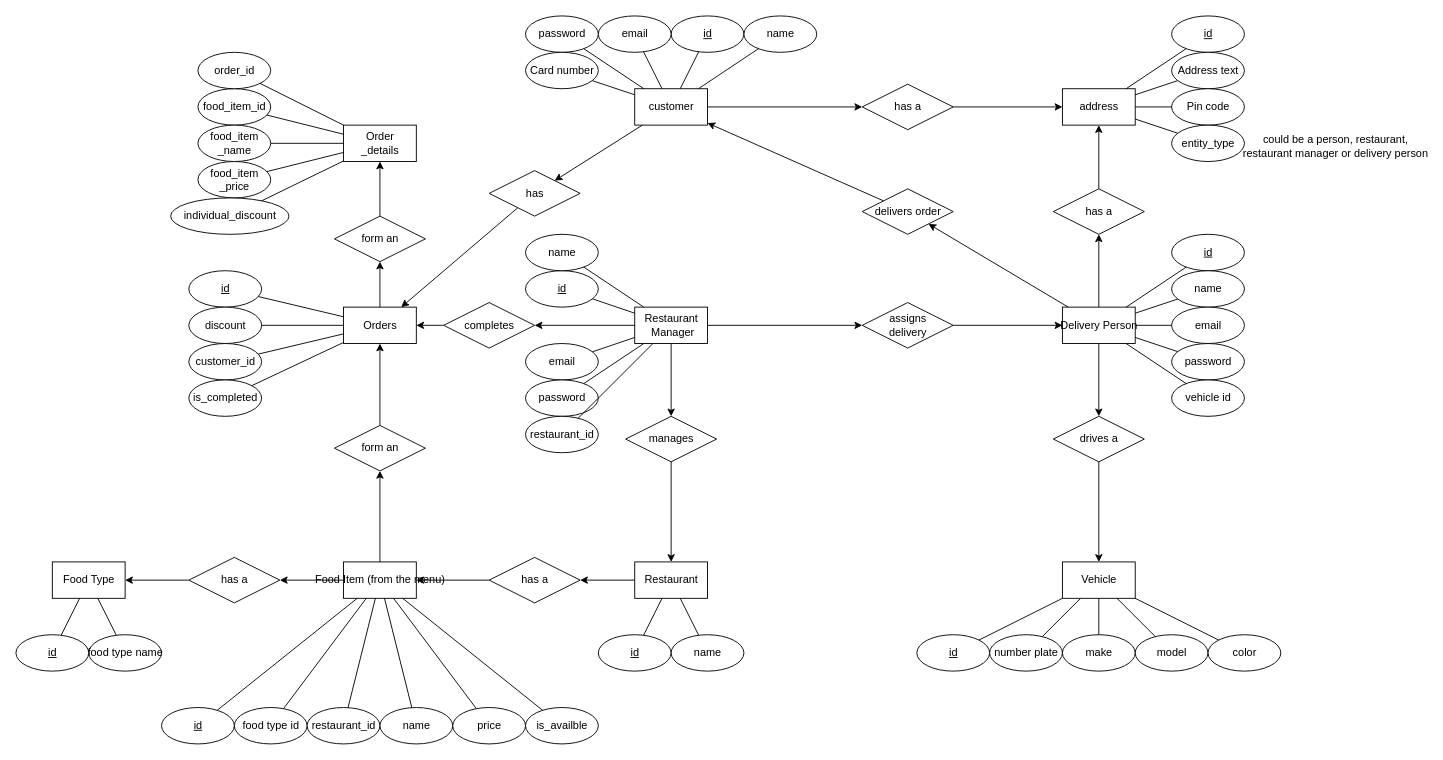
Above: diagrams/ER/ER diagram.drawio in callofthewild/hunger-buzz (draw.io), before the change. Source tidied: cells renumbered, new cells numbered last; positions are measured from the earlier drawing's top-left corner, leaving out a move shared by most shapes. Both pictures are drawn from the tidied source at 91%, with x=0, y=0 at pixel (15, 15).
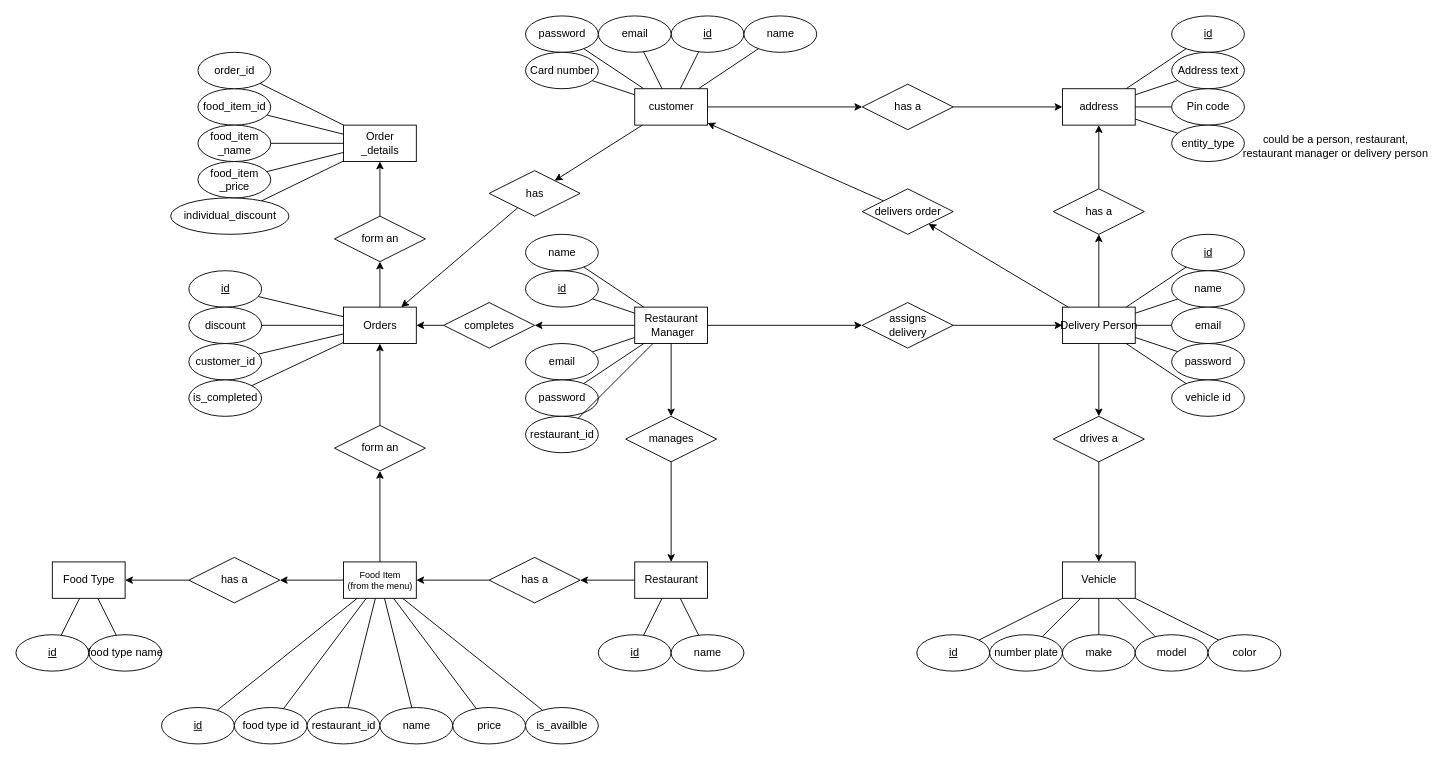
Above is the later version.

The edit, as a diff of the source:
```diff
@@
-    <mxCell id="58" value="Food Item (from the menu)" style="rounded=0;html=1;" parent="1" vertex="1">
+    <mxCell id="58" value="&lt;div style=&quot;font-size: 10px;&quot;&gt;Food Item&lt;/div&gt;&lt;div style=&quot;font-size: 10px;&quot;&gt;(from the menu)&lt;/div&gt;" style="rounded=0;html=1;fontSize=10;" parent="1" vertex="1">
       <mxGeometry x="360" y="600" width="80" height="40" as="geometry" />
     </mxCell>
```
